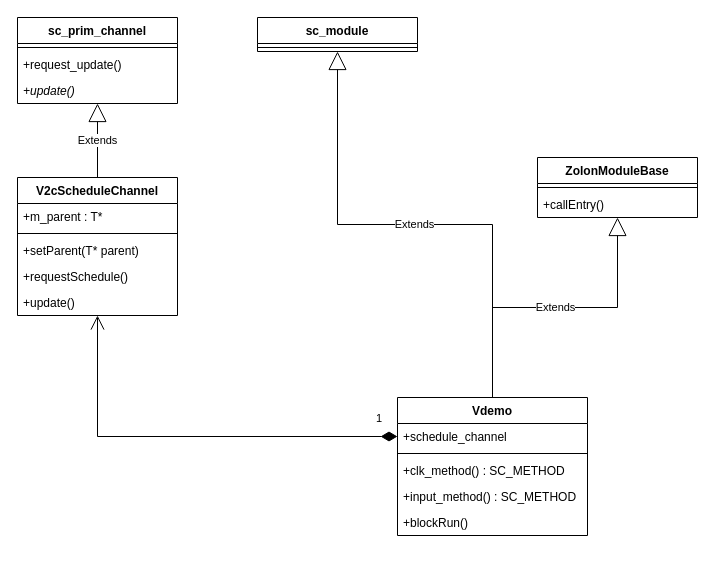
This is zolon_schedule.drawio from Dercury/CLDK, a draw.io file, before an edit. Source tidied: cells renumbered, new cells numbered last; positions are measured from the earlier drawing's top-left corner, leaving out a move shared by most shapes. Both pictures are drawn from the tidied source at 100%, with x=0, y=0 at pixel (17, 17).
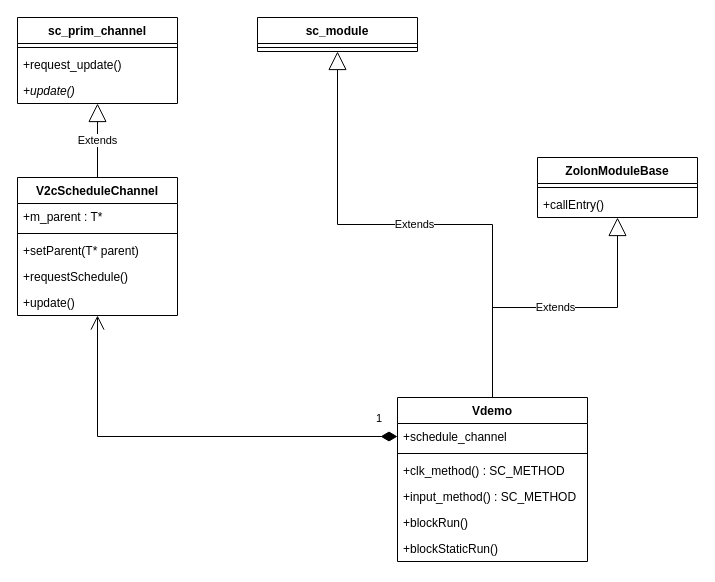
The same page after the edit.

The edit, as a diff of the source:
```diff
@@
     <mxCell id="16" value="Vdemo" style="swimlane;fontStyle=1;align=center;verticalAlign=top;horizontal=1;startSize=26;" parent="1" vertex="1">
-      <mxGeometry x="380" y="380" width="190" height="138" as="geometry" />
+      <mxGeometry x="380" y="380" width="190" height="164" as="geometry" />
     </mxCell>
@@
+    <mxCell id="27" value="+blockStaticRun()" style="text;strokeColor=none;fillColor=none;align=left;verticalAlign=top;spacingLeft=4;spacingRight=4;overflow=hidden;" parent="16" vertex="1">
+      <mxGeometry y="138" width="190" height="26" as="geometry" />
+    </mxCell>
```
